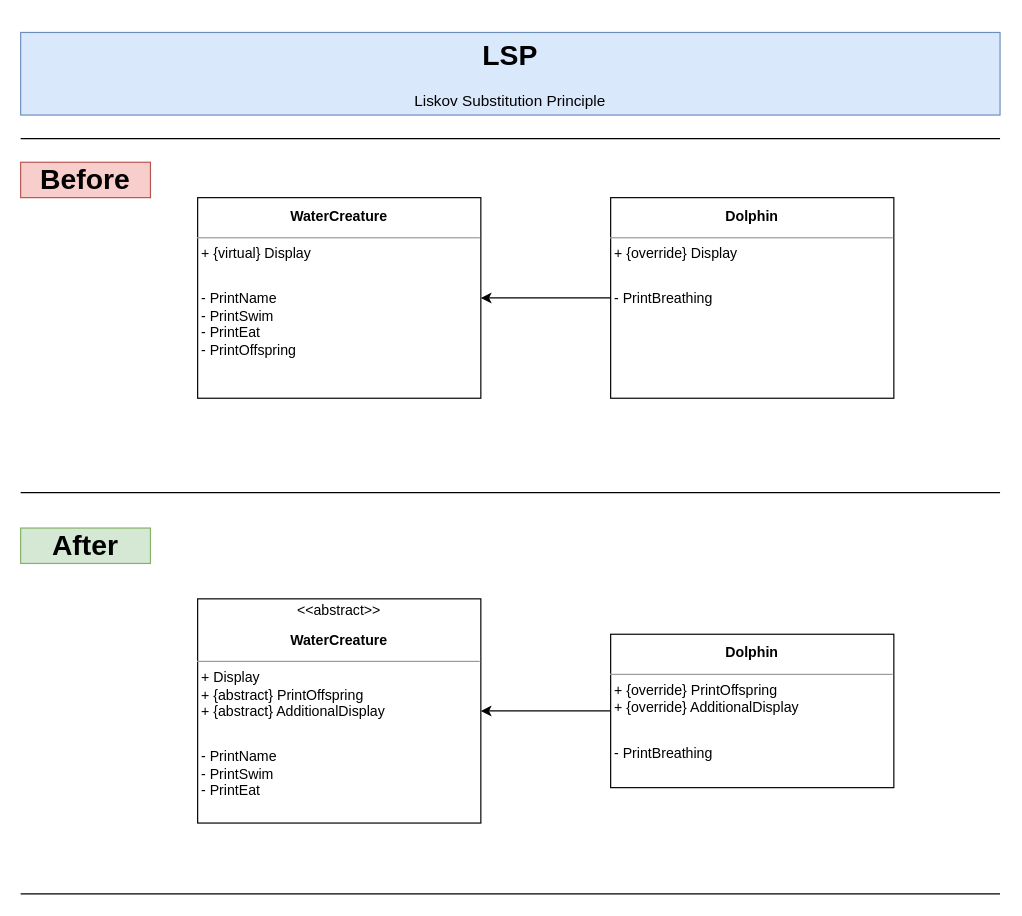
The draw.io diagram Diagrams/LSP.drawio in svilenp/Principles, before the edit. Source tidied: cells renumbered, new cells numbered last; positions are measured from the earlier drawing's top-left corner, leaving out a move shared by most shapes. Both pictures are drawn from the tidied source at 118%, with x=0, y=0 at pixel (20, 32).
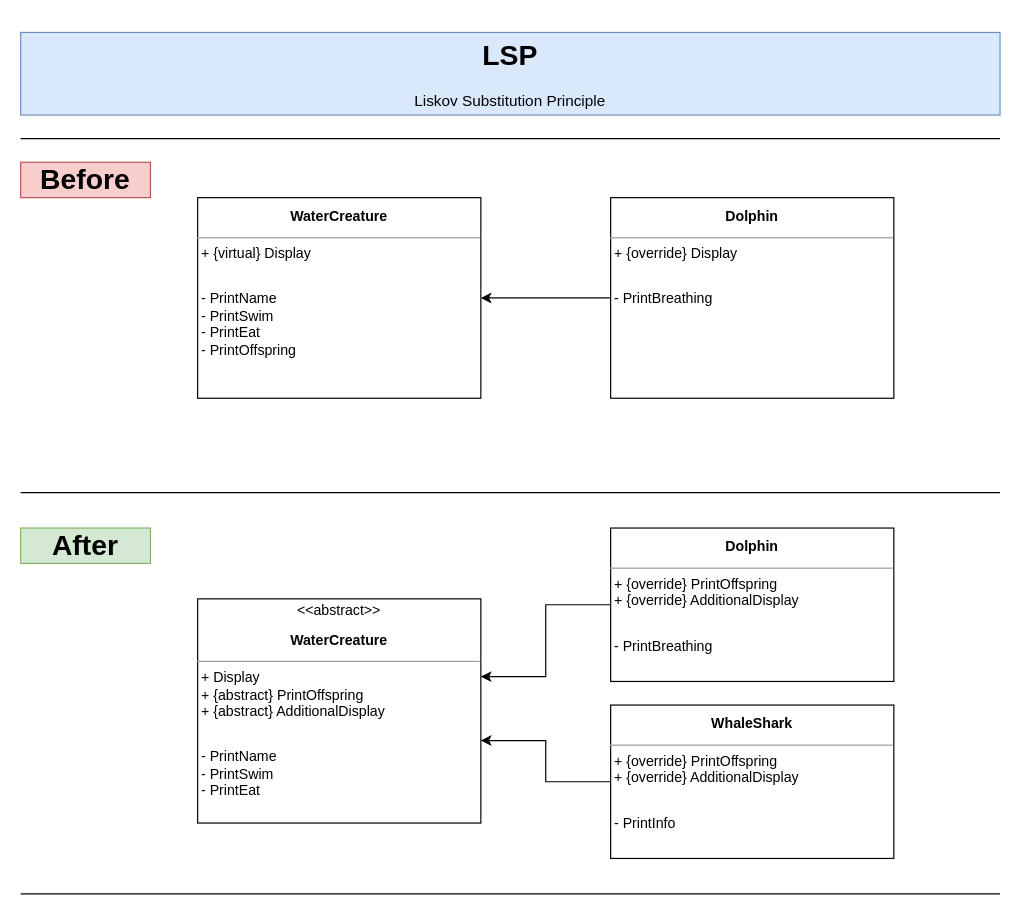
The same page after the edit.

The change refers to these unchanged cells:
```xml
<mxCell id="12" value="&lt;div style=&quot;text-align: center; line-height: 180%;&quot;&gt;&lt;span style=&quot;background-color: initial;&quot;&gt;&amp;lt;&amp;lt;abstract&amp;gt;&amp;gt;&lt;/span&gt;&lt;/div&gt;&lt;p style=&quot;text-align: center; margin: 4px 0px 0px; line-height: 180%;&quot;&gt;&lt;b&gt;WaterCreature&lt;/b&gt;&lt;br&gt;&lt;/p&gt;&lt;hr style=&quot;line-height: 200%;&quot; size=&quot;1&quot;&gt;&lt;p style=&quot;margin: 0px 0px 0px 4px; line-height: 200%;&quot;&gt;&lt;/p&gt;&amp;nbsp;+ Display&lt;br&gt;&amp;nbsp;+ {abstract} PrintOffspring&lt;br&gt;&amp;nbsp;+ {abstract} AdditionalDisplay&lt;br&gt;&lt;p style=&quot;margin: 0px 0px 0px 4px; line-height: 200%;&quot;&gt;&lt;span style=&quot;background-color: initial;&quot;&gt;&lt;br&gt;&lt;/span&gt;&lt;/p&gt;&amp;nbsp;- PrintName&lt;br&gt;&amp;nbsp;- PrintSwim&lt;br&gt;&lt;div&gt;&amp;nbsp;- PrintEat&lt;br&gt;&lt;/div&gt;&lt;div&gt;&amp;nbsp;&lt;br&gt;&lt;/div&gt;" style="verticalAlign=top;align=left;overflow=fill;fontSize=12;fontFamily=Helvetica;html=1;whiteSpace=wrap;" parent="1" vertex="1">
  <mxGeometry x="150" y="480" width="240" height="190" as="geometry" />
</mxCell>
```

The edit, as a diff of the source:
```diff
@@
+    <mxCell id="14" value="&lt;p style=&quot;text-align: center; margin: 4px 0px 0px; line-height: 200%;&quot;&gt;&lt;b&gt;Dolphin&lt;/b&gt;&lt;br&gt;&lt;/p&gt;&lt;hr style=&quot;line-height: 200%;&quot; size=&quot;1&quot;&gt;&lt;p style=&quot;margin: 0px 0px 0px 4px; line-height: 200%;&quot;&gt;&lt;/p&gt;&amp;nbsp;+ {override} PrintOffspring&lt;br style=&quot;border-color: var(--border-color);&quot;&gt;&amp;nbsp;+ {override} AdditionalDisplay&lt;p style=&quot;margin: 0px 0px 0px 4px; line-height: 200%;&quot;&gt;&lt;span style=&quot;background-color: initial;&quot;&gt;&lt;br&gt;&lt;/span&gt;&lt;/p&gt;&amp;nbsp;- PrintBreathing" style="verticalAlign=top;align=left;overflow=fill;fontSize=12;fontFamily=Helvetica;html=1;whiteSpace=wrap;" parent="1" vertex="1">
+      <mxGeometry x="500" y="420" width="240" height="130" as="geometry" />
+    </mxCell>
+    <mxCell id="15" value="&lt;p style=&quot;text-align: center; margin: 4px 0px 0px; line-height: 200%;&quot;&gt;&lt;b&gt;WhaleShark&lt;/b&gt;&lt;br&gt;&lt;/p&gt;&lt;hr style=&quot;line-height: 200%;&quot; size=&quot;1&quot;&gt;&lt;p style=&quot;margin: 0px 0px 0px 4px; line-height: 200%;&quot;&gt;&lt;/p&gt;&amp;nbsp;+ {override} PrintOffspring&lt;br style=&quot;border-color: var(--border-color);&quot;&gt;&amp;nbsp;+ {override} AdditionalDisplay&lt;p style=&quot;margin: 0px 0px 0px 4px; line-height: 200%;&quot;&gt;&lt;span style=&quot;background-color: initial;&quot;&gt;&lt;br&gt;&lt;/span&gt;&lt;/p&gt;&amp;nbsp;- PrintInfo" style="verticalAlign=top;align=left;overflow=fill;fontSize=12;fontFamily=Helvetica;html=1;whiteSpace=wrap;" parent="1" vertex="1">
+      <mxGeometry x="500" y="570" width="240" height="130" as="geometry" />
+    </mxCell>
+    <mxCell id="16" style="edgeStyle=orthogonalEdgeStyle;rounded=0;jettySize=auto;html=1;entryX=1;entryY=0.632;entryDx=0;entryDy=0;entryPerimeter=0;" parent="1" edge="1" source="15" target="12">
+      <mxGeometry relative="1" as="geometry" />
+    </mxCell>
-    <mxCell id="13" style="edgeStyle=orthogonalEdgeStyle;rounded=0;jettySize=auto;html=1;" parent="1" edge="1" source="14" target="12">
+    <mxCell id="13" style="edgeStyle=orthogonalEdgeStyle;rounded=0;jettySize=auto;html=1;entryX=1;entryY=0.347;entryDx=0;entryDy=0;entryPerimeter=0;" parent="1" edge="1" source="14" target="12">
       <mxGeometry relative="1" as="geometry" />
     </mxCell>
-    <mxCell id="14" value="&lt;p style=&quot;text-align: center; margin: 4px 0px 0px; line-height: 200%;&quot;&gt;&lt;b&gt;Dolphin&lt;/b&gt;&lt;br&gt;&lt;/p&gt;&lt;hr style=&quot;line-height: 200%;&quot; size=&quot;1&quot;&gt;&lt;p style=&quot;margin: 0px 0px 0px 4px; line-height: 200%;&quot;&gt;&lt;/p&gt;&amp;nbsp;+ {override} PrintOffspring&lt;br style=&quot;border-color: var(--border-color);&quot;&gt;&amp;nbsp;+ {override} AdditionalDisplay&lt;p style=&quot;margin: 0px 0px 0px 4px; line-height: 200%;&quot;&gt;&lt;span style=&quot;background-color: initial;&quot;&gt;&lt;br&gt;&lt;/span&gt;&lt;/p&gt;&amp;nbsp;- PrintBreathing" style="verticalAlign=top;align=left;overflow=fill;fontSize=12;fontFamily=Helvetica;html=1;whiteSpace=wrap;" parent="1" vertex="1">
-      <mxGeometry x="500" y="510" width="240" height="130" as="geometry" />
-    </mxCell>
```
